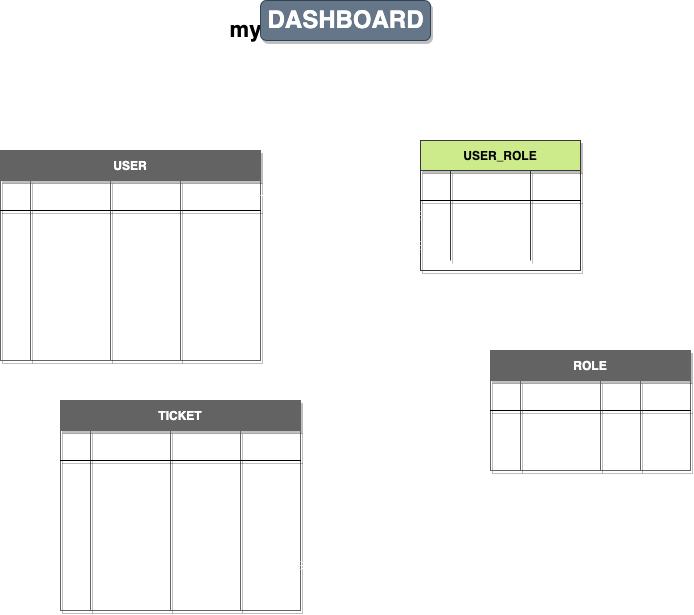
This is ER-DIAGRAM/er_diagram.png.png from RaffaeleVallifuoco/ticket-platform, a draw.io export, as it was before one commit. Source tidied: cells renumbered, new cells last; positions are measured from the earlier drawing's top-left corner, leaving out a move shared by most shapes.
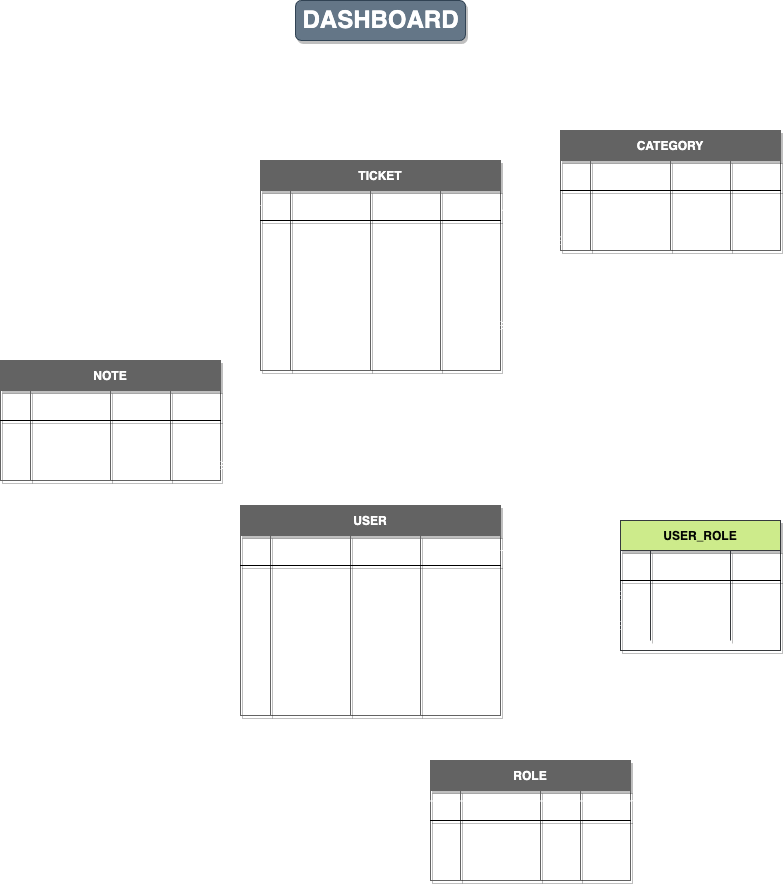
After the change.

What changed in the source:
```diff
@@ -2,14 +2,14 @@
   <root>
     <mxCell id="0" />
     <mxCell id="1" parent="0" />
-    <mxCell id="2" value="my" style="text;strokeColor=none;fillColor=none;html=1;fontSize=22;fontStyle=1;verticalAlign=middle;align=center;" parent="1" vertex="1">
+    <mxCell id="2" value="my" style="text;strokeColor=none;fillColor=none;html=1;fontSize=22;fontStyle=1;verticalAlign=middle;align=center;fontColor=#FFFFFF;" parent="1" vertex="1">
       <mxGeometry x="220" y="20" width="50" height="20" as="geometry" />
     </mxCell>
     <mxCell id="3" value="DASHBOARD" style="text;strokeColor=#314354;fillColor=#647687;html=1;fontSize=24;fontStyle=1;verticalAlign=middle;align=center;fontColor=#ffffff;shadow=1;gradientColor=none;rounded=1;glass=0;perimeterSpacing=10;fillStyle=auto;" parent="1" vertex="1">
-      <mxGeometry x="260" width="170" height="40" as="geometry" />
+      <mxGeometry x="275" width="170" height="40" as="geometry" />
     </mxCell>
     <mxCell id="4" value="USER" style="shape=table;startSize=30;rowLines=0;fontStyle=1;align=center;rounded=0;shadow=1;glass=0;sketch=0;strokeWidth=1;fillColor=#636363;strokeColor=#636363;fontColor=#FFFFFF;" parent="1" vertex="1">
-      <mxGeometry y="150" width="260" height="210" as="geometry" />
+      <mxGeometry x="220" y="505" width="260" height="210" as="geometry" />
     </mxCell>
     <mxCell id="5" style="shape=tableRow;horizontal=0;startSize=0;swimlaneHead=0;swimlaneBody=0;fillColor=none;points=[[0,0.5],[1,0.5]];portConstraint=eastwest;top=0;left=0;right=0;bottom=1;rounded=0;shadow=1;glass=0;sketch=0;" parent="4" vertex="1">
       <mxGeometry y="30" width="260" height="30" as="geometry" />
@@ -102,7 +102,7 @@
       <mxGeometry x="180" width="80" height="30" as="geometry" />
     </mxCell>
     <mxCell id="35" value="TICKET" style="shape=table;startSize=30;rowLines=0;fontStyle=1;align=center;rounded=0;shadow=1;glass=0;sketch=0;fillColor=#636363;fontColor=#FFFFFF;strokeColor=#636363;" parent="1" vertex="1">
-      <mxGeometry x="60" y="400" width="240" height="210" as="geometry" />
+      <mxGeometry x="240" y="160" width="240" height="210" as="geometry" />
     </mxCell>
     <mxCell id="36" style="shape=tableRow;horizontal=0;startSize=0;swimlaneHead=0;swimlaneBody=0;fillColor=none;points=[[0,0.5],[1,0.5]];portConstraint=eastwest;top=0;left=0;right=0;bottom=1;rounded=0;shadow=1;glass=0;sketch=0;" parent="35" vertex="1">
       <mxGeometry y="30" width="240" height="30" as="geometry" />
@@ -134,13 +134,28 @@
     <mxCell id="45" value="not null" style="shape=partialRectangle;fillColor=none;top=0;left=0;bottom=0;right=0;align=left;spacingLeft=6;overflow=hidden;rounded=0;shadow=1;glass=0;sketch=0;fontColor=#FFFFFF;fontSize=9;" parent="41" vertex="1">
       <mxGeometry x="180" width="60" height="30" as="geometry" />
     </mxCell>
+    <mxCell id="98" style="shape=tableRow;horizontal=0;startSize=0;swimlaneHead=0;swimlaneBody=0;fillColor=none;top=0;left=0;right=0;bottom=0;rounded=0;shadow=1;glass=0;sketch=0;" parent="35" vertex="1">
+      <mxGeometry y="90" width="240" height="30" as="geometry" />
+    </mxCell>
+    <mxCell id="99" style="shape=partialRectangle;fillColor=none;top=0;left=0;bottom=0;right=0;overflow=hidden;rounded=0;shadow=1;glass=0;sketch=0;" parent="98" vertex="1">
+      <mxGeometry width="30" height="30" as="geometry" />
+    </mxCell>
+    <mxCell id="100" value="body" style="shape=partialRectangle;fillColor=none;top=0;left=0;bottom=0;right=0;align=left;spacingLeft=6;overflow=hidden;rounded=0;shadow=1;glass=0;sketch=0;fontColor=#FFFFFF;" parent="98" vertex="1">
+      <mxGeometry x="30" width="80" height="30" as="geometry" />
+    </mxCell>
+    <mxCell id="101" value="varchar(800)" style="shape=partialRectangle;fillColor=none;top=0;left=0;bottom=0;right=0;align=left;spacingLeft=6;overflow=hidden;rounded=0;shadow=1;glass=0;sketch=0;fontColor=#FFFFFF;fontSize=9;" parent="98" vertex="1">
+      <mxGeometry x="110" width="70" height="30" as="geometry" />
+    </mxCell>
+    <mxCell id="102" value="not null" style="shape=partialRectangle;fillColor=none;top=0;left=0;bottom=0;right=0;align=left;spacingLeft=6;overflow=hidden;rounded=0;shadow=1;glass=0;sketch=0;fontColor=#FFFFFF;fontSize=9;" parent="98" vertex="1">
+      <mxGeometry x="180" width="60" height="30" as="geometry" />
+    </mxCell>
     <mxCell id="46" style="shape=tableRow;horizontal=0;startSize=0;swimlaneHead=0;swimlaneBody=0;fillColor=none;top=0;left=0;right=0;bottom=0;rounded=0;shadow=1;glass=0;sketch=0;" parent="35" vertex="1">
-      <mxGeometry y="90" width="240" height="30" as="geometry" />
+      <mxGeometry y="120" width="240" height="30" as="geometry" />
     </mxCell>
     <mxCell id="47" style="shape=partialRectangle;fillColor=none;top=0;left=0;bottom=0;right=0;overflow=hidden;rounded=0;shadow=1;glass=0;sketch=0;" parent="46" vertex="1">
       <mxGeometry width="30" height="30" as="geometry" />
     </mxCell>
-    <mxCell id="48" value="body" style="shape=partialRectangle;fillColor=none;top=0;left=0;bottom=0;right=0;align=left;spacingLeft=6;overflow=hidden;rounded=0;shadow=1;glass=0;sketch=0;fontColor=#FFFFFF;" parent="46" vertex="1">
+    <mxCell id="48" value="status" style="shape=partialRectangle;fillColor=none;top=0;left=0;bottom=0;right=0;align=left;spacingLeft=6;overflow=hidden;rounded=0;shadow=1;glass=0;sketch=0;fontColor=#FFFFFF;" parent="46" vertex="1">
       <mxGeometry x="30" width="80" height="30" as="geometry" />
     </mxCell>
     <mxCell id="49" value="varchar(800)" style="shape=partialRectangle;fillColor=none;top=0;left=0;bottom=0;right=0;align=left;spacingLeft=6;overflow=hidden;rounded=0;shadow=1;glass=0;sketch=0;fontColor=#FFFFFF;fontSize=9;" parent="46" vertex="1">
@@ -149,21 +164,6 @@
     <mxCell id="50" value="not null" style="shape=partialRectangle;fillColor=none;top=0;left=0;bottom=0;right=0;align=left;spacingLeft=6;overflow=hidden;rounded=0;shadow=1;glass=0;sketch=0;fontColor=#FFFFFF;fontSize=9;" parent="46" vertex="1">
       <mxGeometry x="180" width="60" height="30" as="geometry" />
     </mxCell>
-    <mxCell id="51" style="shape=tableRow;horizontal=0;startSize=0;swimlaneHead=0;swimlaneBody=0;fillColor=none;top=0;left=0;right=0;bottom=0;rounded=0;shadow=1;glass=0;sketch=0;" parent="35" vertex="1">
-      <mxGeometry y="120" width="240" height="30" as="geometry" />
-    </mxCell>
-    <mxCell id="52" style="shape=partialRectangle;fillColor=none;top=0;left=0;bottom=0;right=0;overflow=hidden;rounded=0;shadow=1;glass=0;sketch=0;" parent="51" vertex="1">
-      <mxGeometry width="30" height="30" as="geometry" />
-    </mxCell>
-    <mxCell id="53" value="note" style="shape=partialRectangle;fillColor=none;top=0;left=0;bottom=0;right=0;align=left;spacingLeft=6;overflow=hidden;rounded=0;shadow=1;glass=0;sketch=0;fontColor=#FFFFFF;" parent="51" vertex="1">
-      <mxGeometry x="30" width="80" height="30" as="geometry" />
-    </mxCell>
-    <mxCell id="54" value="varchar(500)" style="shape=partialRectangle;fillColor=none;top=0;left=0;bottom=0;right=0;align=left;spacingLeft=6;overflow=hidden;rounded=0;shadow=1;glass=0;sketch=0;fontColor=#FFFFFF;fontSize=9;" parent="51" vertex="1">
-      <mxGeometry x="110" width="70" height="30" as="geometry" />
-    </mxCell>
-    <mxCell id="55" style="shape=partialRectangle;fillColor=none;top=0;left=0;bottom=0;right=0;align=left;spacingLeft=6;overflow=hidden;rounded=0;shadow=1;glass=0;sketch=0;fontColor=#FFFFFF;fontSize=9;" parent="51" vertex="1">
-      <mxGeometry x="180" width="60" height="30" as="geometry" />
-    </mxCell>
     <mxCell id="56" style="shape=tableRow;horizontal=0;startSize=0;swimlaneHead=0;swimlaneBody=0;fillColor=none;points=[[0,0.5],[1,0.5]];portConstraint=eastwest;top=0;left=0;right=0;bottom=0;rounded=0;shadow=1;glass=0;sketch=0;" parent="35" vertex="1">
       <mxGeometry y="150" width="240" height="30" as="geometry" />
     </mxCell>
@@ -195,7 +195,7 @@
       <mxGeometry x="180" width="60" height="30" as="geometry" />
     </mxCell>
     <mxCell id="66" value="ROLE" style="shape=table;startSize=30;rowLines=0;fontStyle=1;align=center;rounded=0;shadow=1;glass=0;sketch=0;fillColor=#636363;strokeColor=#636363;fontColor=#FFFFFF;" parent="1" vertex="1">
-      <mxGeometry x="490" y="350" width="200" height="120" as="geometry" />
+      <mxGeometry x="410" y="760" width="200" height="120" as="geometry" />
     </mxCell>
     <mxCell id="67" style="shape=tableRow;horizontal=0;startSize=0;swimlaneHead=0;swimlaneBody=0;fillColor=none;points=[[0,0.5],[1,0.5]];portConstraint=eastwest;top=0;left=0;right=0;bottom=1;rounded=0;shadow=1;glass=0;sketch=0;" parent="66" vertex="1">
       <mxGeometry y="30" width="200" height="30" as="geometry" />
@@ -243,7 +243,7 @@
       <mxGeometry x="150" width="50" height="30" as="geometry" />
     </mxCell>
     <mxCell id="82" value="USER_ROLE" style="shape=table;startSize=30;rowLines=0;fontStyle=1;align=center;rounded=0;shadow=1;glass=0;sketch=0;fillColor=#cdeb8b;strokeColor=#36393d;fontColor=#040503;" parent="1" vertex="1">
-      <mxGeometry x="420" y="140" width="160" height="130" as="geometry" />
+      <mxGeometry x="600" y="520" width="160" height="130" as="geometry" />
     </mxCell>
     <mxCell id="83" style="shape=tableRow;horizontal=0;startSize=0;swimlaneHead=0;swimlaneBody=0;fillColor=none;top=0;left=0;right=0;bottom=1;rounded=0;shadow=1;glass=0;sketch=0;" parent="82" vertex="1">
       <mxGeometry y="30" width="160" height="30" as="geometry" />
@@ -290,5 +290,107 @@
     <mxCell id="97" style="edgeStyle=entityRelationEdgeStyle;fontSize=12;html=1;endArrow=ERzeroToMany;endFill=1;fontColor=#FFFFFF;elbow=vertical;strokeColor=#FFFFFF;" parent="1" edge="1" source="5" target="56">
       <mxGeometry relative="1" as="geometry" />
     </mxCell>
+    <mxCell id="103" value="CATEGORY" style="shape=table;startSize=30;rowLines=0;fontStyle=1;align=center;rounded=0;shadow=1;glass=0;sketch=0;fillColor=#636363;strokeColor=#636363;fontColor=#FFFFFF;" parent="1" vertex="1">
+      <mxGeometry x="540" y="130" width="220" height="120" as="geometry" />
+    </mxCell>
+    <mxCell id="104" style="shape=tableRow;horizontal=0;startSize=0;swimlaneHead=0;swimlaneBody=0;fillColor=none;top=0;left=0;right=0;bottom=1;rounded=0;shadow=1;glass=0;sketch=0;" parent="103" vertex="1">
+      <mxGeometry y="30" width="220" height="30" as="geometry" />
+    </mxCell>
+    <mxCell id="105" value="PK" style="shape=partialRectangle;fillColor=none;top=0;left=0;bottom=0;right=0;fontStyle=1;overflow=hidden;rounded=0;shadow=1;glass=0;sketch=0;fontColor=#FFFFFF;" parent="104" vertex="1">
+      <mxGeometry width="30" height="30" as="geometry" />
+    </mxCell>
+    <mxCell id="106" value="ID" style="shape=partialRectangle;fillColor=none;top=0;left=0;bottom=0;right=0;align=left;spacingLeft=6;fontStyle=5;overflow=hidden;rounded=0;shadow=1;glass=0;sketch=0;fontColor=#FFFFFF;" parent="104" vertex="1">
+      <mxGeometry x="30" width="80" height="30" as="geometry" />
+    </mxCell>
+    <mxCell id="107" value="int" style="shape=partialRectangle;fillColor=none;top=0;left=0;bottom=0;right=0;align=left;spacingLeft=6;fontStyle=5;overflow=hidden;rounded=0;shadow=1;glass=0;sketch=0;fontSize=9;fontColor=#FFFFFF;" parent="104" vertex="1">
+      <mxGeometry x="110" width="60" height="30" as="geometry" />
+    </mxCell>
+    <mxCell id="108" style="shape=partialRectangle;fillColor=none;top=0;left=0;bottom=0;right=0;align=left;spacingLeft=6;fontStyle=5;overflow=hidden;rounded=0;shadow=1;glass=0;sketch=0;" parent="104" vertex="1">
+      <mxGeometry x="170" width="50" height="30" as="geometry" />
+    </mxCell>
+    <mxCell id="109" style="shape=tableRow;horizontal=0;startSize=0;swimlaneHead=0;swimlaneBody=0;fillColor=none;top=0;left=0;right=0;bottom=0;rounded=0;shadow=1;glass=0;sketch=0;" parent="103" vertex="1">
+      <mxGeometry y="60" width="220" height="30" as="geometry" />
+    </mxCell>
+    <mxCell id="110" style="shape=partialRectangle;fillColor=none;top=0;left=0;bottom=0;right=0;overflow=hidden;rounded=0;shadow=1;glass=0;sketch=0;" parent="109" vertex="1">
+      <mxGeometry width="30" height="30" as="geometry" />
+    </mxCell>
+    <mxCell id="111" value="name" style="shape=partialRectangle;fillColor=none;top=0;left=0;bottom=0;right=0;align=left;spacingLeft=6;overflow=hidden;rounded=0;shadow=1;glass=0;sketch=0;fontColor=#FFFFFF;" parent="109" vertex="1">
+      <mxGeometry x="30" width="80" height="30" as="geometry" />
+    </mxCell>
+    <mxCell id="112" value="varchar(30)" style="shape=partialRectangle;fillColor=none;top=0;left=0;bottom=0;right=0;align=left;spacingLeft=6;overflow=hidden;rounded=0;shadow=1;glass=0;sketch=0;fontSize=9;fontColor=#FFFFFF;" parent="109" vertex="1">
+      <mxGeometry x="110" width="60" height="30" as="geometry" />
+    </mxCell>
+    <mxCell id="113" value="not null" style="shape=partialRectangle;fillColor=none;top=0;left=0;bottom=0;right=0;align=left;spacingLeft=6;overflow=hidden;rounded=0;shadow=1;glass=0;sketch=0;fontSize=9;fontColor=#FFFFFF;" parent="109" vertex="1">
+      <mxGeometry x="170" width="50" height="30" as="geometry" />
+    </mxCell>
+    <mxCell id="114" style="shape=tableRow;horizontal=0;startSize=0;swimlaneHead=0;swimlaneBody=0;fillColor=none;points=[[0,0.5],[1,0.5]];portConstraint=eastwest;top=0;left=0;right=0;bottom=0;rounded=0;shadow=1;glass=0;sketch=0;" parent="103" vertex="1">
+      <mxGeometry y="90" width="220" height="30" as="geometry" />
+    </mxCell>
+    <mxCell id="115" value="FK" style="shape=partialRectangle;fillColor=none;top=0;left=0;bottom=0;right=0;overflow=hidden;rounded=0;shadow=1;glass=0;sketch=0;fontColor=#FFFFFF;" parent="114" vertex="1">
+      <mxGeometry width="30" height="30" as="geometry" />
+    </mxCell>
+    <mxCell id="116" value="ticket_id" style="shape=partialRectangle;fillColor=none;top=0;left=0;bottom=0;right=0;align=left;spacingLeft=6;overflow=hidden;rounded=0;shadow=1;glass=0;sketch=0;fontColor=#FFFFFF;" parent="114" vertex="1">
+      <mxGeometry x="30" width="80" height="30" as="geometry" />
+    </mxCell>
+    <mxCell id="117" value="int" style="shape=partialRectangle;fillColor=none;top=0;left=0;bottom=0;right=0;align=left;spacingLeft=6;overflow=hidden;rounded=0;shadow=1;glass=0;sketch=0;fontColor=#FFFFFF;" parent="114" vertex="1">
+      <mxGeometry x="110" width="60" height="30" as="geometry" />
+    </mxCell>
+    <mxCell id="118" value="not null" style="shape=partialRectangle;fillColor=none;top=0;left=0;bottom=0;right=0;align=left;spacingLeft=6;overflow=hidden;rounded=0;shadow=1;glass=0;sketch=0;fontColor=#FFFFFF;" parent="114" vertex="1">
+      <mxGeometry x="170" width="50" height="30" as="geometry" />
+    </mxCell>
+    <mxCell id="119" style="edgeStyle=entityRelationEdgeStyle;fontSize=12;html=1;endArrow=ERoneToMany;strokeColor=#FFFFFF;fontColor=#FFFFFF;elbow=vertical;entryX=0;entryY=0.667;entryDx=0;entryDy=0;entryPerimeter=0;exitX=1.003;exitY=0.662;exitDx=0;exitDy=0;exitPerimeter=0;" parent="1" edge="1" source="36" target="114">
+      <mxGeometry relative="1" as="geometry" />
+    </mxCell>
+    <mxCell id="120" value="NOTE" style="shape=table;startSize=30;rowLines=0;fontStyle=1;align=center;rounded=0;shadow=1;glass=0;sketch=0;fillColor=#636363;strokeColor=#636363;fontColor=#FFFFFF;" parent="1" vertex="1">
+      <mxGeometry x="-20" y="360" width="220" height="120" as="geometry" />
+    </mxCell>
+    <mxCell id="121" style="shape=tableRow;horizontal=0;startSize=0;swimlaneHead=0;swimlaneBody=0;fillColor=none;top=0;left=0;right=0;bottom=1;rounded=0;shadow=1;glass=0;sketch=0;" parent="120" vertex="1">
+      <mxGeometry y="30" width="220" height="30" as="geometry" />
+    </mxCell>
+    <mxCell id="122" value="PK" style="shape=partialRectangle;fillColor=none;top=0;left=0;bottom=0;right=0;fontStyle=1;overflow=hidden;rounded=0;shadow=1;glass=0;sketch=0;fontColor=#FFFFFF;" parent="121" vertex="1">
+      <mxGeometry width="30" height="30" as="geometry" />
+    </mxCell>
+    <mxCell id="123" value="ID" style="shape=partialRectangle;fillColor=none;top=0;left=0;bottom=0;right=0;align=left;spacingLeft=6;fontStyle=5;overflow=hidden;rounded=0;shadow=1;glass=0;sketch=0;fontColor=#FFFFFF;" parent="121" vertex="1">
+      <mxGeometry x="30" width="80" height="30" as="geometry" />
+    </mxCell>
+    <mxCell id="124" value="int" style="shape=partialRectangle;fillColor=none;top=0;left=0;bottom=0;right=0;align=left;spacingLeft=6;fontStyle=5;overflow=hidden;rounded=0;shadow=1;glass=0;sketch=0;fontSize=9;fontColor=#FFFFFF;" parent="121" vertex="1">
+      <mxGeometry x="110" width="60" height="30" as="geometry" />
+    </mxCell>
+    <mxCell id="125" style="shape=partialRectangle;fillColor=none;top=0;left=0;bottom=0;right=0;align=left;spacingLeft=6;fontStyle=5;overflow=hidden;rounded=0;shadow=1;glass=0;sketch=0;" parent="121" vertex="1">
+      <mxGeometry x="170" width="50" height="30" as="geometry" />
+    </mxCell>
+    <mxCell id="126" style="shape=tableRow;horizontal=0;startSize=0;swimlaneHead=0;swimlaneBody=0;fillColor=none;top=0;left=0;right=0;bottom=0;rounded=0;shadow=1;glass=0;sketch=0;" parent="120" vertex="1">
+      <mxGeometry y="60" width="220" height="30" as="geometry" />
+    </mxCell>
+    <mxCell id="127" style="shape=partialRectangle;fillColor=none;top=0;left=0;bottom=0;right=0;overflow=hidden;rounded=0;shadow=1;glass=0;sketch=0;" parent="126" vertex="1">
+      <mxGeometry width="30" height="30" as="geometry" />
+    </mxCell>
+    <mxCell id="128" value="name" style="shape=partialRectangle;fillColor=none;top=0;left=0;bottom=0;right=0;align=left;spacingLeft=6;overflow=hidden;rounded=0;shadow=1;glass=0;sketch=0;fontColor=#FFFFFF;" parent="126" vertex="1">
+      <mxGeometry x="30" width="80" height="30" as="geometry" />
+    </mxCell>
+    <mxCell id="129" value="varchar(30)" style="shape=partialRectangle;fillColor=none;top=0;left=0;bottom=0;right=0;align=left;spacingLeft=6;overflow=hidden;rounded=0;shadow=1;glass=0;sketch=0;fontSize=9;fontColor=#FFFFFF;" parent="126" vertex="1">
+      <mxGeometry x="110" width="60" height="30" as="geometry" />
+    </mxCell>
+    <mxCell id="130" value="not null" style="shape=partialRectangle;fillColor=none;top=0;left=0;bottom=0;right=0;align=left;spacingLeft=6;overflow=hidden;rounded=0;shadow=1;glass=0;sketch=0;fontSize=9;fontColor=#FFFFFF;" parent="126" vertex="1">
+      <mxGeometry x="170" width="50" height="30" as="geometry" />
+    </mxCell>
+    <mxCell id="131" style="shape=tableRow;horizontal=0;startSize=0;swimlaneHead=0;swimlaneBody=0;fillColor=none;points=[[0,0.5],[1,0.5]];portConstraint=eastwest;top=0;left=0;right=0;bottom=0;rounded=0;shadow=1;glass=0;sketch=0;" parent="120" vertex="1">
+      <mxGeometry y="90" width="220" height="30" as="geometry" />
+    </mxCell>
+    <mxCell id="132" value="FK" style="shape=partialRectangle;fillColor=none;top=0;left=0;bottom=0;right=0;overflow=hidden;rounded=0;shadow=1;glass=0;sketch=0;fontColor=#FFFFFF;" parent="131" vertex="1">
+      <mxGeometry width="30" height="30" as="geometry" />
+    </mxCell>
+    <mxCell id="133" value="ticket_id" style="shape=partialRectangle;fillColor=none;top=0;left=0;bottom=0;right=0;align=left;spacingLeft=6;overflow=hidden;rounded=0;shadow=1;glass=0;sketch=0;fontColor=#FFFFFF;" parent="131" vertex="1">
+      <mxGeometry x="30" width="80" height="30" as="geometry" />
+    </mxCell>
+    <mxCell id="134" value="int" style="shape=partialRectangle;fillColor=none;top=0;left=0;bottom=0;right=0;align=left;spacingLeft=6;overflow=hidden;rounded=0;shadow=1;glass=0;sketch=0;fontColor=#FFFFFF;" parent="131" vertex="1">
+      <mxGeometry x="110" width="60" height="30" as="geometry" />
+    </mxCell>
+    <mxCell id="135" value="not null" style="shape=partialRectangle;fillColor=none;top=0;left=0;bottom=0;right=0;align=left;spacingLeft=6;overflow=hidden;rounded=0;shadow=1;glass=0;sketch=0;fontColor=#FFFFFF;" parent="131" vertex="1">
+      <mxGeometry x="170" width="50" height="30" as="geometry" />
+    </mxCell>
+    <mxCell id="136" style="edgeStyle=entityRelationEdgeStyle;fontSize=12;html=1;endArrow=ERoneToMany;strokeColor=#FFFFFF;fontColor=#FFFFFF;elbow=vertical;entryX=1;entryY=0.5;entryDx=0;entryDy=0;exitX=0;exitY=0.5;exitDx=0;exitDy=0;" parent="1" edge="1" source="36" target="131">
+      <mxGeometry relative="1" as="geometry" />
+    </mxCell>
   </root>
 </mxGraphModel>
```
